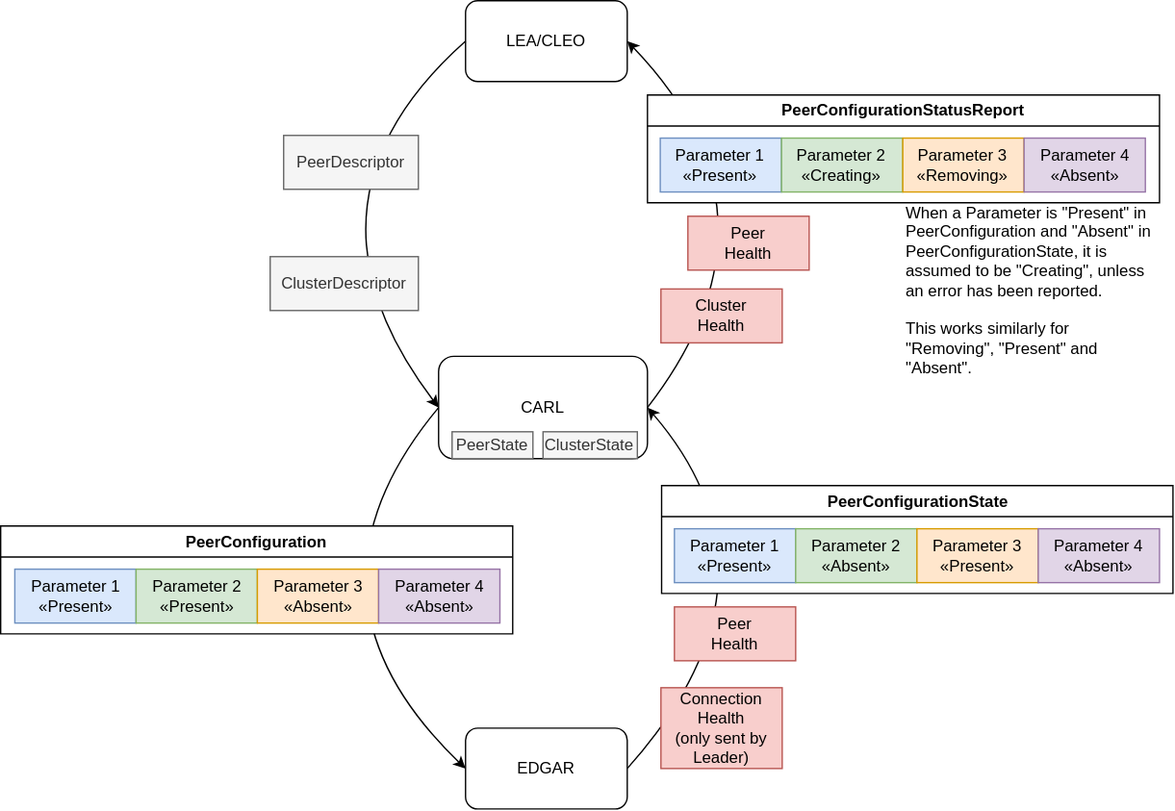
Earlier version of the draw.io export doc/src/architecture/carl/peer/img/peer-state-configuration.svg (eclipse-opendut/opendut). Source tidied: cells renumbered, new cells last; positions are measured from the earlier drawing's top-left corner, leaving out a move shared by most shapes.
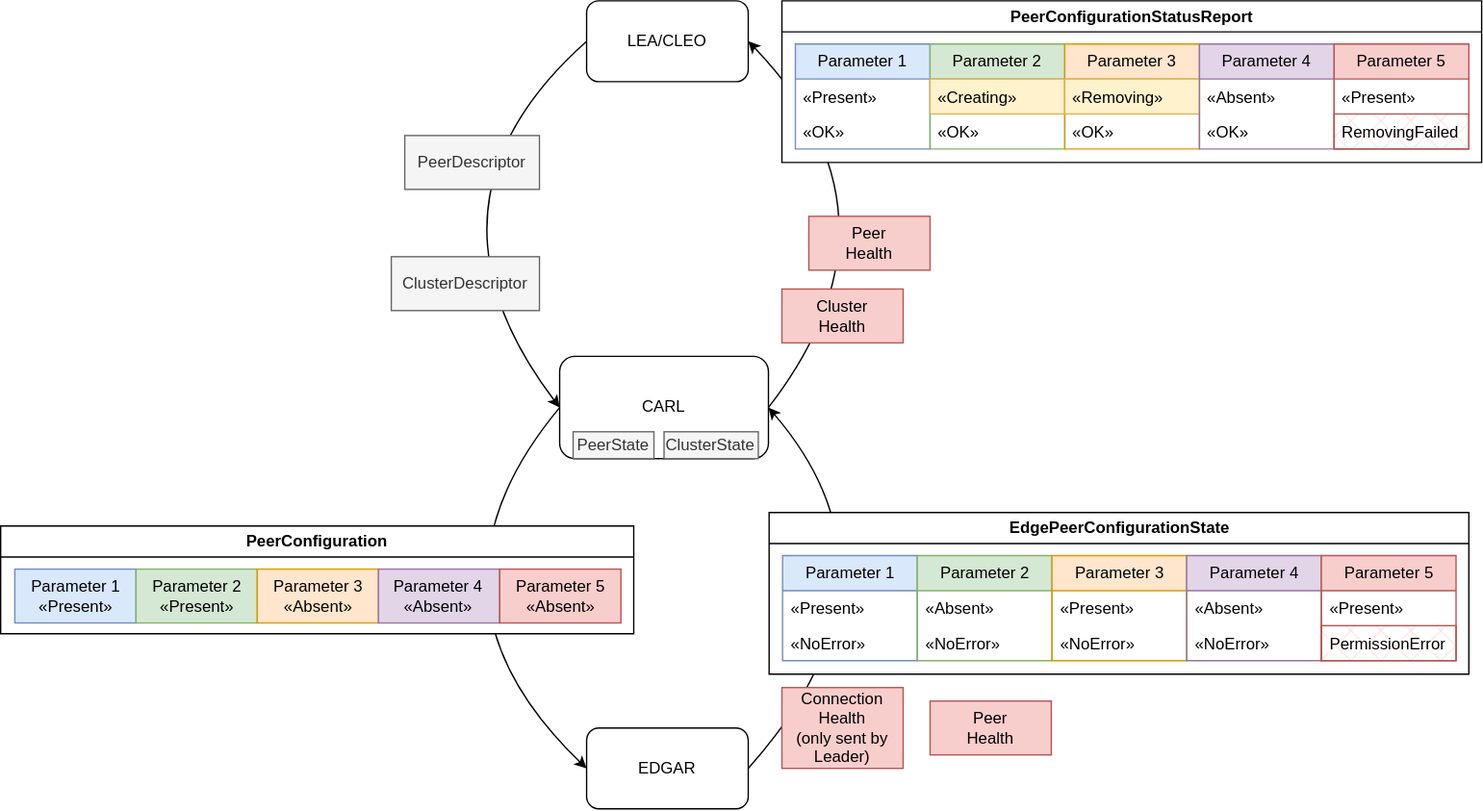
The same diagram one commit later.

Change to the diagram source:
```diff
@@ -46,7 +46,7 @@
       <mxGeometry x="200" y="190" width="110" height="40" as="geometry" />
     </mxCell>
     <mxCell id="11" value="PeerConfiguration" style="swimlane;whiteSpace=wrap;html=1;fixDash=0;swimlaneFillColor=default;" parent="1" vertex="1">
-      <mxGeometry y="390" width="380" height="80" as="geometry" />
+      <mxGeometry x="-90" y="390" width="470" height="80" as="geometry" />
     </mxCell>
     <mxCell id="12" value="Parameter 1&lt;br&gt;«Present»" style="rounded=0;whiteSpace=wrap;html=1;fillColor=#dae8fc;strokeColor=#6c8ebf;" parent="11" vertex="1">
       <mxGeometry x="10.5" y="32" width="90" height="40" as="geometry" />
@@ -60,36 +60,57 @@
     <mxCell id="15" value="Parameter 4&lt;br&gt;«Absent»" style="rounded=0;whiteSpace=wrap;html=1;fillColor=#e1d5e7;strokeColor=#9673a6;" parent="11" vertex="1">
       <mxGeometry x="280.5" y="32" width="90" height="40" as="geometry" />
     </mxCell>
+    <mxCell id="33" value="Parameter 5&lt;br&gt;«Absent»" style="rounded=0;whiteSpace=wrap;html=1;fillColor=#f8cecc;strokeColor=#b85450;" parent="11" vertex="1">
+      <mxGeometry x="370.5" y="32" width="90" height="40" as="geometry" />
+    </mxCell>
-    <mxCell id="16" value="PeerConfigurationState" style="swimlane;whiteSpace=wrap;html=1;fixDash=0;swimlaneFillColor=default;" parent="1" vertex="1">
-      <mxGeometry x="490.5" y="360" width="379.5" height="80" as="geometry" />
+    <mxCell id="16" value="EdgePeerConfigurationState" style="swimlane;whiteSpace=wrap;html=1;fixDash=0;swimlaneFillColor=default;" parent="1" vertex="1">
+      <mxGeometry x="480.5" y="380" width="519.5" height="120" as="geometry" />
     </mxCell>
-    <mxCell id="17" value="Parameter 1&lt;br&gt;«Present»" style="rounded=0;whiteSpace=wrap;html=1;fillColor=#dae8fc;strokeColor=#6c8ebf;" parent="16" vertex="1">
-      <mxGeometry x="9.5" y="32" width="90" height="40" as="geometry" />
-    </mxCell>
-    <mxCell id="18" value="Parameter 2&lt;br&gt;«Absent»" style="rounded=0;whiteSpace=wrap;html=1;fillColor=#d5e8d4;strokeColor=#82b366;" parent="16" vertex="1">
-      <mxGeometry x="99.5" y="32" width="90" height="40" as="geometry" />
-    </mxCell>
-    <mxCell id="19" value="Parameter 3&lt;br&gt;«Present»" style="rounded=0;whiteSpace=wrap;html=1;fillColor=#ffe6cc;strokeColor=#d79b00;" parent="16" vertex="1">
-      <mxGeometry x="189.5" y="32" width="90" height="40" as="geometry" />
-    </mxCell>
-    <mxCell id="20" value="Parameter 4&lt;br&gt;«Absent»" style="rounded=0;whiteSpace=wrap;html=1;fillColor=#e1d5e7;strokeColor=#9673a6;" parent="16" vertex="1">
-      <mxGeometry x="279.5" y="32" width="90" height="40" as="geometry" />
-    </mxCell>
-    <mxCell id="21" value="PeerConfigurationStatusReport" style="swimlane;whiteSpace=wrap;html=1;fixDash=0;swimlaneFillColor=default;" parent="1" vertex="1">
-      <mxGeometry x="480" y="70" width="380" height="80" as="geometry" />
-    </mxCell>
-    <mxCell id="22" value="Parameter 1&lt;br&gt;«Present»" style="rounded=0;whiteSpace=wrap;html=1;fillColor=#dae8fc;strokeColor=#6c8ebf;" parent="21" vertex="1">
-      <mxGeometry x="9.5" y="32" width="90" height="40" as="geometry" />
-    </mxCell>
-    <mxCell id="23" value="Parameter 2&lt;br&gt;«Creating»" style="rounded=0;whiteSpace=wrap;html=1;fillColor=#d5e8d4;strokeColor=#82b366;" parent="21" vertex="1">
-      <mxGeometry x="99.5" y="32" width="90" height="40" as="geometry" />
-    </mxCell>
-    <mxCell id="24" value="Parameter 3&lt;br&gt;«Removing»" style="rounded=0;whiteSpace=wrap;html=1;fillColor=#ffe6cc;strokeColor=#d79b00;" parent="21" vertex="1">
-      <mxGeometry x="189.5" y="32" width="90" height="40" as="geometry" />
-    </mxCell>
-    <mxCell id="25" value="Parameter 4&lt;br&gt;«Absent»" style="rounded=0;whiteSpace=wrap;html=1;fillColor=#e1d5e7;strokeColor=#9673a6;" parent="21" vertex="1">
-      <mxGeometry x="279.5" y="32" width="90" height="40" as="geometry" />
-    </mxCell>
+    <mxCell id="34" value="Parameter 1" style="swimlane;fontStyle=0;horizontal=1;startSize=26;fillColor=#dae8fc;whiteSpace=wrap;html=1;strokeColor=#6c8ebf;" parent="16" vertex="1">
+      <mxGeometry x="10" y="32" width="100" height="78" as="geometry" />
+    </mxCell>
+    <mxCell id="35" value="«Present»" style="text;strokeColor=none;fillColor=none;align=left;verticalAlign=top;spacingLeft=4;spacingRight=4;overflow=hidden;whiteSpace=wrap;html=1;" parent="34" vertex="1">
+      <mxGeometry y="26" width="100" height="26" as="geometry" />
+    </mxCell>
+    <mxCell id="36" value="«NoError»" style="text;strokeColor=none;fillColor=none;align=left;verticalAlign=top;spacingLeft=4;spacingRight=4;overflow=hidden;whiteSpace=wrap;html=1;" parent="34" vertex="1">
+      <mxGeometry y="52" width="100" height="26" as="geometry" />
+    </mxCell>
+    <mxCell id="37" value="Parameter 2" style="swimlane;fontStyle=0;horizontal=1;startSize=26;fillColor=#d5e8d4;whiteSpace=wrap;html=1;strokeColor=#82b366;" parent="16" vertex="1">
+      <mxGeometry x="110" y="32" width="100" height="78" as="geometry" />
+    </mxCell>
+    <mxCell id="38" value="«Absent»" style="text;strokeColor=none;fillColor=none;align=left;verticalAlign=top;spacingLeft=4;spacingRight=4;overflow=hidden;whiteSpace=wrap;html=1;" parent="37" vertex="1">
+      <mxGeometry y="26" width="100" height="26" as="geometry" />
+    </mxCell>
+    <mxCell id="39" value="«NoError»" style="text;strokeColor=none;fillColor=none;align=left;verticalAlign=top;spacingLeft=4;spacingRight=4;overflow=hidden;whiteSpace=wrap;html=1;" parent="37" vertex="1">
+      <mxGeometry y="52" width="100" height="26" as="geometry" />
+    </mxCell>
+    <mxCell id="40" value="Parameter 3" style="swimlane;fontStyle=0;horizontal=1;startSize=26;fillColor=#ffe6cc;whiteSpace=wrap;html=1;strokeColor=#d79b00;" parent="16" vertex="1">
+      <mxGeometry x="210" y="32" width="100" height="78" as="geometry" />
+    </mxCell>
+    <mxCell id="41" value="«Present»" style="text;strokeColor=none;fillColor=none;align=left;verticalAlign=top;spacingLeft=4;spacingRight=4;overflow=hidden;whiteSpace=wrap;html=1;" parent="40" vertex="1">
+      <mxGeometry y="26" width="100" height="26" as="geometry" />
+    </mxCell>
+    <mxCell id="42" value="«NoError»" style="text;strokeColor=none;fillColor=none;align=left;verticalAlign=top;spacingLeft=4;spacingRight=4;overflow=hidden;whiteSpace=wrap;html=1;" parent="40" vertex="1">
+      <mxGeometry y="52" width="100" height="26" as="geometry" />
+    </mxCell>
+    <mxCell id="43" value="Parameter 4" style="swimlane;fontStyle=0;horizontal=1;startSize=26;fillColor=#e1d5e7;whiteSpace=wrap;html=1;strokeColor=#9673a6;" parent="16" vertex="1">
+      <mxGeometry x="310" y="32" width="100" height="78" as="geometry" />
+    </mxCell>
+    <mxCell id="44" value="«Absent»" style="text;strokeColor=none;fillColor=none;align=left;verticalAlign=top;spacingLeft=4;spacingRight=4;overflow=hidden;whiteSpace=wrap;html=1;" parent="43" vertex="1">
+      <mxGeometry y="26" width="100" height="26" as="geometry" />
+    </mxCell>
+    <mxCell id="45" value="«NoError»" style="text;strokeColor=none;fillColor=none;align=left;verticalAlign=top;spacingLeft=4;spacingRight=4;overflow=hidden;whiteSpace=wrap;html=1;" parent="43" vertex="1">
+      <mxGeometry y="52" width="100" height="26" as="geometry" />
+    </mxCell>
+    <mxCell id="46" value="Parameter 5" style="swimlane;fontStyle=0;horizontal=1;startSize=26;fillColor=#f8cecc;whiteSpace=wrap;html=1;strokeColor=#b85450;" parent="16" vertex="1">
+      <mxGeometry x="410" y="32" width="100" height="78" as="geometry" />
+    </mxCell>
+    <mxCell id="47" value="«Present»" style="text;strokeColor=none;fillColor=none;align=left;verticalAlign=top;spacingLeft=4;spacingRight=4;overflow=hidden;whiteSpace=wrap;html=1;" parent="46" vertex="1">
+      <mxGeometry y="26" width="100" height="26" as="geometry" />
+    </mxCell>
+    <mxCell id="48" value="PermissionError" style="text;strokeColor=#b85450;fillColor=#f8cecc;align=left;verticalAlign=top;spacingLeft=4;spacingRight=4;overflow=hidden;whiteSpace=wrap;html=1;fillStyle=cross-hatch;" parent="46" vertex="1">
+      <mxGeometry y="52" width="100" height="26" as="geometry" />
+    </mxCell>
     <mxCell id="26" value="PeerState" style="rounded=0;whiteSpace=wrap;html=1;fillColor=#f5f5f5;fontColor=#333333;strokeColor=#666666;" parent="1" vertex="1">
       <mxGeometry x="335" y="320" width="60" height="20" as="geometry" />
     </mxCell>
@@ -97,7 +118,7 @@
       <mxGeometry x="402.5" y="320" width="70" height="20" as="geometry" />
     </mxCell>
     <mxCell id="28" value="Peer&lt;br&gt;Health" style="rounded=0;whiteSpace=wrap;html=1;fillColor=#f8cecc;strokeColor=#b85450;" parent="1" vertex="1">
-      <mxGeometry x="500" y="450" width="90" height="40" as="geometry" />
+      <mxGeometry x="600" y="520" width="90" height="40" as="geometry" />
     </mxCell>
     <mxCell id="29" value="Cluster&lt;br&gt;Health" style="rounded=0;whiteSpace=wrap;html=1;fillColor=#f8cecc;strokeColor=#b85450;" parent="1" vertex="1">
       <mxGeometry x="490" y="214" width="90" height="40" as="geometry" />
@@ -108,8 +129,53 @@
     <mxCell id="31" value="Connection&lt;br&gt;Health&lt;br&gt;(only sent by Leader)" style="rounded=0;whiteSpace=wrap;html=1;fillColor=#f8cecc;strokeColor=#b85450;" parent="1" vertex="1">
       <mxGeometry x="490" y="510" width="90" height="60" as="geometry" />
     </mxCell>
-    <mxCell id="32" value="When a Parameter is &quot;Present&quot; in PeerConfiguration and &quot;Absent&quot; in PeerConfigurationState, it is assumed to be &quot;Creating&quot;, unless an error has been reported.&lt;br&gt;&lt;br&gt;This works similarly for &quot;Removing&quot;, &quot;Present&quot; and &quot;Absent&quot;." style="text;html=1;strokeColor=none;fillColor=none;align=left;verticalAlign=top;whiteSpace=wrap;rounded=0;horizontal=1;" parent="1" vertex="1">
-      <mxGeometry x="670" y="144" width="190" height="146" as="geometry" />
-    </mxCell>
+    <mxCell id="21" value="PeerConfigurationStatusReport" style="swimlane;whiteSpace=wrap;html=1;fixDash=0;swimlaneFillColor=default;" parent="1" vertex="1">
+      <mxGeometry x="490" width="519.5" height="120" as="geometry" />
+    </mxCell>
+    <mxCell id="49" value="Parameter 1" style="swimlane;fontStyle=0;horizontal=1;startSize=26;fillColor=#dae8fc;whiteSpace=wrap;html=1;strokeColor=#6c8ebf;" parent="21" vertex="1">
+      <mxGeometry x="10" y="32" width="100" height="78" as="geometry" />
+    </mxCell>
+    <mxCell id="50" value="«Present»" style="text;strokeColor=none;fillColor=none;align=left;verticalAlign=top;spacingLeft=4;spacingRight=4;overflow=hidden;whiteSpace=wrap;html=1;" parent="49" vertex="1">
+      <mxGeometry y="26" width="100" height="26" as="geometry" />
+    </mxCell>
+    <mxCell id="51" value="«OK»" style="text;strokeColor=none;fillColor=none;align=left;verticalAlign=top;spacingLeft=4;spacingRight=4;overflow=hidden;whiteSpace=wrap;html=1;" parent="49" vertex="1">
+      <mxGeometry y="52" width="100" height="26" as="geometry" />
+    </mxCell>
+    <mxCell id="52" value="Parameter 2" style="swimlane;fontStyle=0;horizontal=1;startSize=26;fillColor=#d5e8d4;whiteSpace=wrap;html=1;strokeColor=#82b366;" parent="21" vertex="1">
+      <mxGeometry x="110" y="32" width="100" height="78" as="geometry" />
+    </mxCell>
+    <mxCell id="53" value="«Creating»" style="text;strokeColor=#d6b656;fillColor=#fff2cc;align=left;verticalAlign=top;spacingLeft=4;spacingRight=4;overflow=hidden;whiteSpace=wrap;html=1;fillStyle=solid;" parent="52" vertex="1">
+      <mxGeometry y="26" width="100" height="26" as="geometry" />
+    </mxCell>
+    <mxCell id="54" value="«OK»" style="text;strokeColor=none;fillColor=none;align=left;verticalAlign=top;spacingLeft=4;spacingRight=4;overflow=hidden;whiteSpace=wrap;html=1;" parent="52" vertex="1">
+      <mxGeometry y="52" width="100" height="26" as="geometry" />
+    </mxCell>
+    <mxCell id="55" value="Parameter 3" style="swimlane;fontStyle=0;horizontal=1;startSize=26;fillColor=#ffe6cc;whiteSpace=wrap;html=1;strokeColor=#d79b00;" parent="21" vertex="1">
+      <mxGeometry x="210" y="32" width="100" height="78" as="geometry" />
+    </mxCell>
+    <mxCell id="56" value="«Removing»" style="text;strokeColor=#d6b656;fillColor=#fff2cc;align=left;verticalAlign=top;spacingLeft=4;spacingRight=4;overflow=hidden;whiteSpace=wrap;html=1;" parent="55" vertex="1">
+      <mxGeometry y="26" width="100" height="26" as="geometry" />
+    </mxCell>
+    <mxCell id="57" value="«OK»" style="text;strokeColor=none;fillColor=none;align=left;verticalAlign=top;spacingLeft=4;spacingRight=4;overflow=hidden;whiteSpace=wrap;html=1;" parent="55" vertex="1">
+      <mxGeometry y="52" width="100" height="26" as="geometry" />
+    </mxCell>
+    <mxCell id="58" value="Parameter 4" style="swimlane;fontStyle=0;horizontal=1;startSize=26;fillColor=#e1d5e7;whiteSpace=wrap;html=1;strokeColor=#9673a6;" parent="21" vertex="1">
+      <mxGeometry x="310" y="32" width="100" height="78" as="geometry" />
+    </mxCell>
+    <mxCell id="59" value="«Absent»" style="text;strokeColor=none;fillColor=none;align=left;verticalAlign=top;spacingLeft=4;spacingRight=4;overflow=hidden;whiteSpace=wrap;html=1;" parent="58" vertex="1">
+      <mxGeometry y="26" width="100" height="26" as="geometry" />
+    </mxCell>
+    <mxCell id="60" value="«OK»" style="text;strokeColor=none;fillColor=none;align=left;verticalAlign=top;spacingLeft=4;spacingRight=4;overflow=hidden;whiteSpace=wrap;html=1;" parent="58" vertex="1">
+      <mxGeometry y="52" width="100" height="26" as="geometry" />
+    </mxCell>
+    <mxCell id="61" value="Parameter 5" style="swimlane;fontStyle=0;horizontal=1;startSize=26;fillColor=#f8cecc;whiteSpace=wrap;html=1;strokeColor=#b85450;" parent="21" vertex="1">
+      <mxGeometry x="410" y="32" width="100" height="78" as="geometry" />
+    </mxCell>
+    <mxCell id="62" value="«Present»" style="text;strokeColor=none;fillColor=none;align=left;verticalAlign=top;spacingLeft=4;spacingRight=4;overflow=hidden;whiteSpace=wrap;html=1;" parent="61" vertex="1">
+      <mxGeometry y="26" width="100" height="26" as="geometry" />
+    </mxCell>
+    <mxCell id="63" value="RemovingFailed" style="text;strokeColor=#b85450;fillColor=#f8cecc;align=left;verticalAlign=top;spacingLeft=4;spacingRight=4;overflow=hidden;whiteSpace=wrap;html=1;gradientColor=none;fillStyle=cross-hatch;" parent="61" vertex="1">
+      <mxGeometry y="52" width="100" height="26" as="geometry" />
+    </mxCell>
   </root>
 </mxGraphModel>
```
